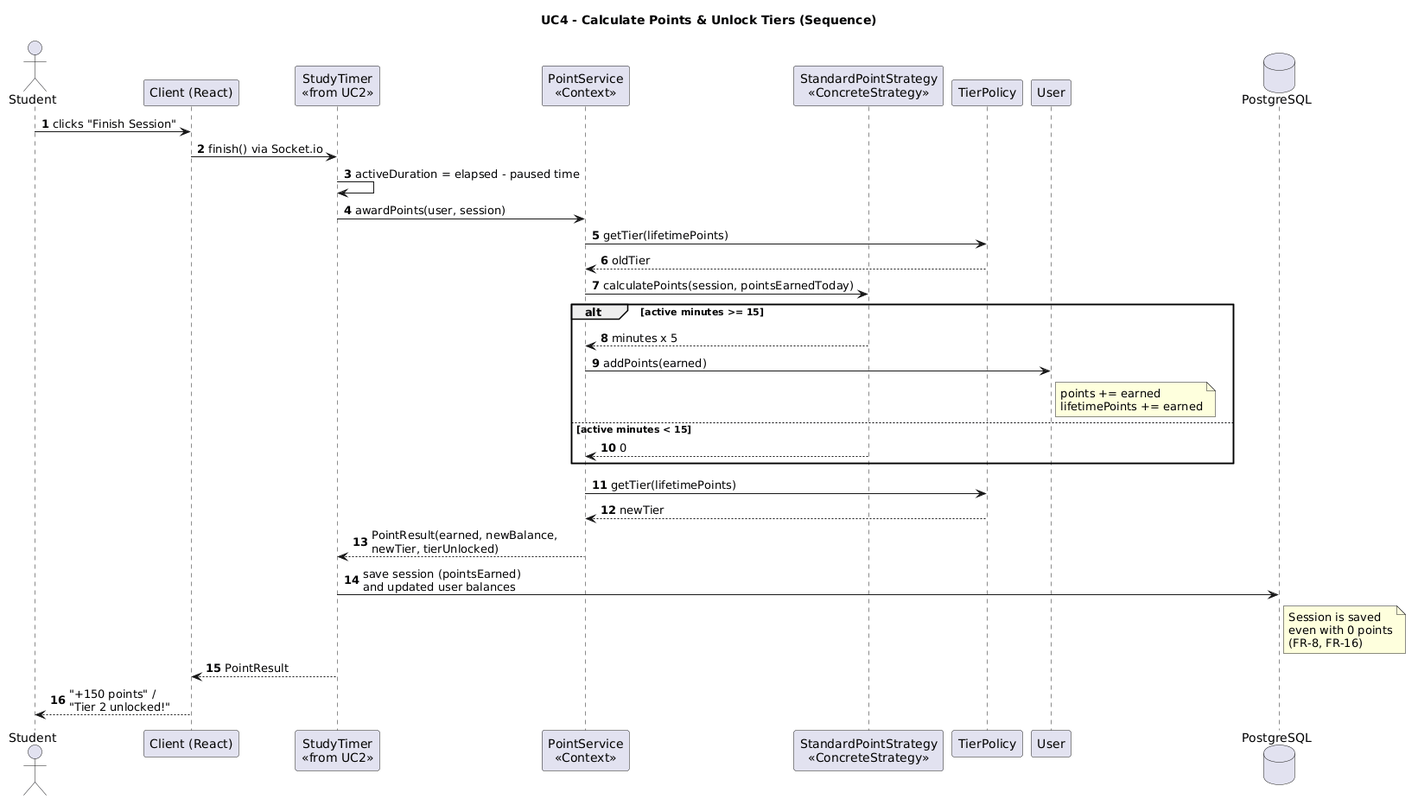
Earlier version of the PlantUML export docs/images/uc4_sequence.png (delfin-kutukcu/BIL481-2026-Project). Source of this version:
```plantuml
@startuml
title UC4 - Calculate Points & Unlock Tiers (Sequence)
autonumber

actor Student
participant "Client (React)" as Client
participant "StudyTimer\n<<from UC2>>" as Timer
participant "PointService\n<<Context>>" as PS
participant "StandardPointStrategy\n<<ConcreteStrategy>>" as Strat
participant "TierPolicy" as TP
participant "User" as U
database "PostgreSQL" as DB

Student -> Client : clicks "Finish Session"
Client -> Timer : finish() via Socket.io
Timer -> Timer : activeDuration = elapsed - paused time
Timer -> PS : awardPoints(user, session)
PS -> TP : getTier(lifetimePoints)
TP --> PS : oldTier
PS -> Strat : calculatePoints(session, pointsEarnedToday)

alt active minutes >= 15
  Strat --> PS : minutes x 5
  PS -> U : addPoints(earned)
  note right of U : points += earned\nlifetimePoints += earned
else active minutes < 15
  Strat --> PS : 0
end

PS -> TP : getTier(lifetimePoints)
TP --> PS : newTier
PS --> Timer : PointResult(earned, newBalance,\nnewTier, tierUnlocked)
Timer -> DB : save session (pointsEarned)\nand updated user balances
note right of DB : Session is saved\neven with 0 points\n(FR-8, FR-16)
Timer --> Client : PointResult
Client --> Student : "+150 points" /\n"Tier 2 unlocked!"
@enduml
```
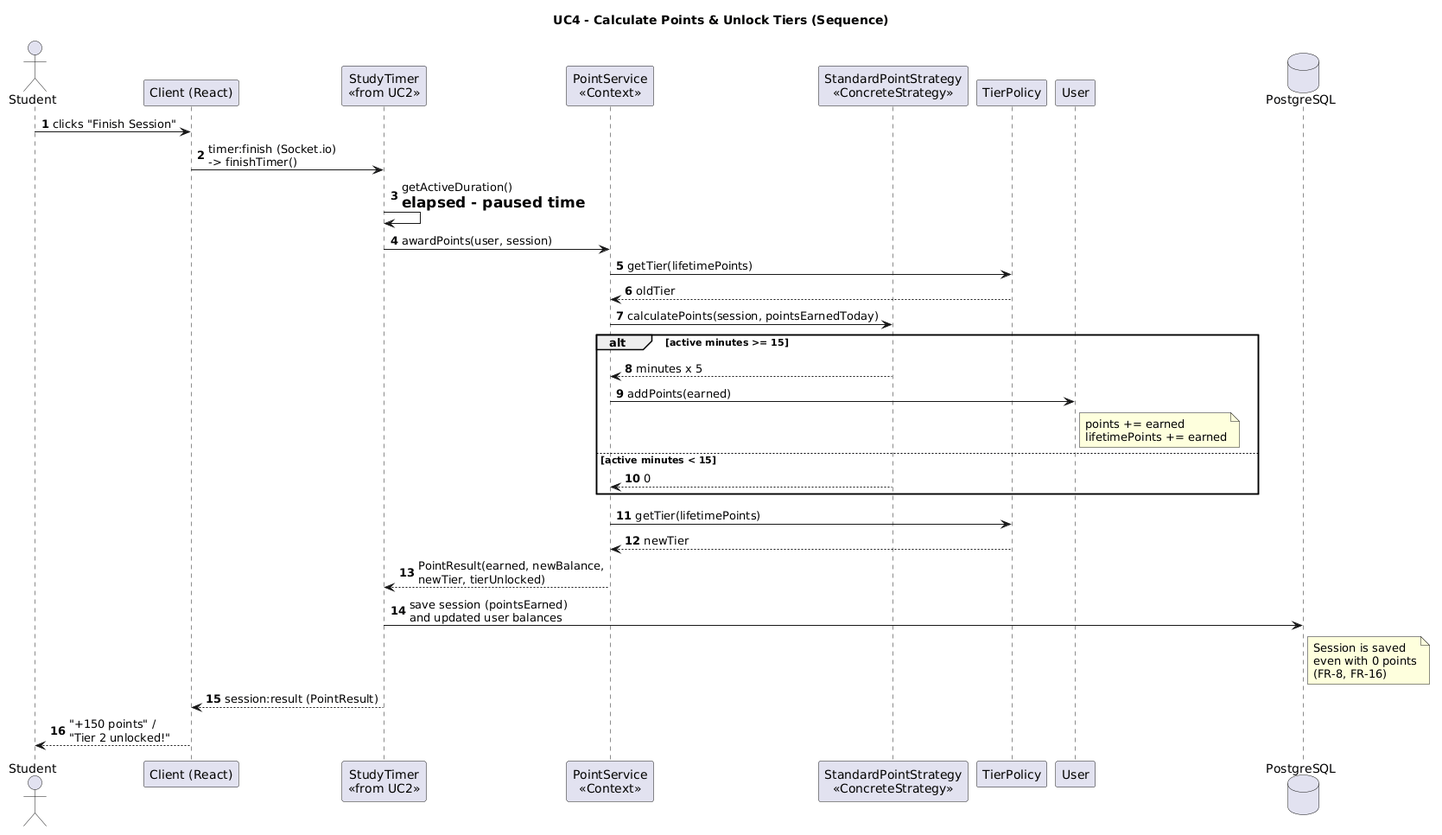
Above is the later version.

Commit message:
docs(design): update UC4 sequence diagram with Socket.io events

Change to the diagram source:
```diff
@@ -12,8 +12,8 @@
 database "PostgreSQL" as DB
 
 Student -> Client : clicks "Finish Session"
-Client -> Timer : finish() via Socket.io
-Timer -> Timer : activeDuration = elapsed - paused time
+Client -> Timer : timer:finish (Socket.io)\n-> finishTimer()
+Timer -> Timer : getActiveDuration()\n= elapsed - paused time
 Timer -> PS : awardPoints(user, session)
 PS -> TP : getTier(lifetimePoints)
 TP --> PS : oldTier
@@ -32,6 +32,6 @@
 PS --> Timer : PointResult(earned, newBalance,\nnewTier, tierUnlocked)
 Timer -> DB : save session (pointsEarned)\nand updated user balances
 note right of DB : Session is saved\neven with 0 points\n(FR-8, FR-16)
-Timer --> Client : PointResult
+Timer --> Client : session:result (PointResult)
 Client --> Student : "+150 points" /\n"Tier 2 unlocked!"
 @enduml
```
